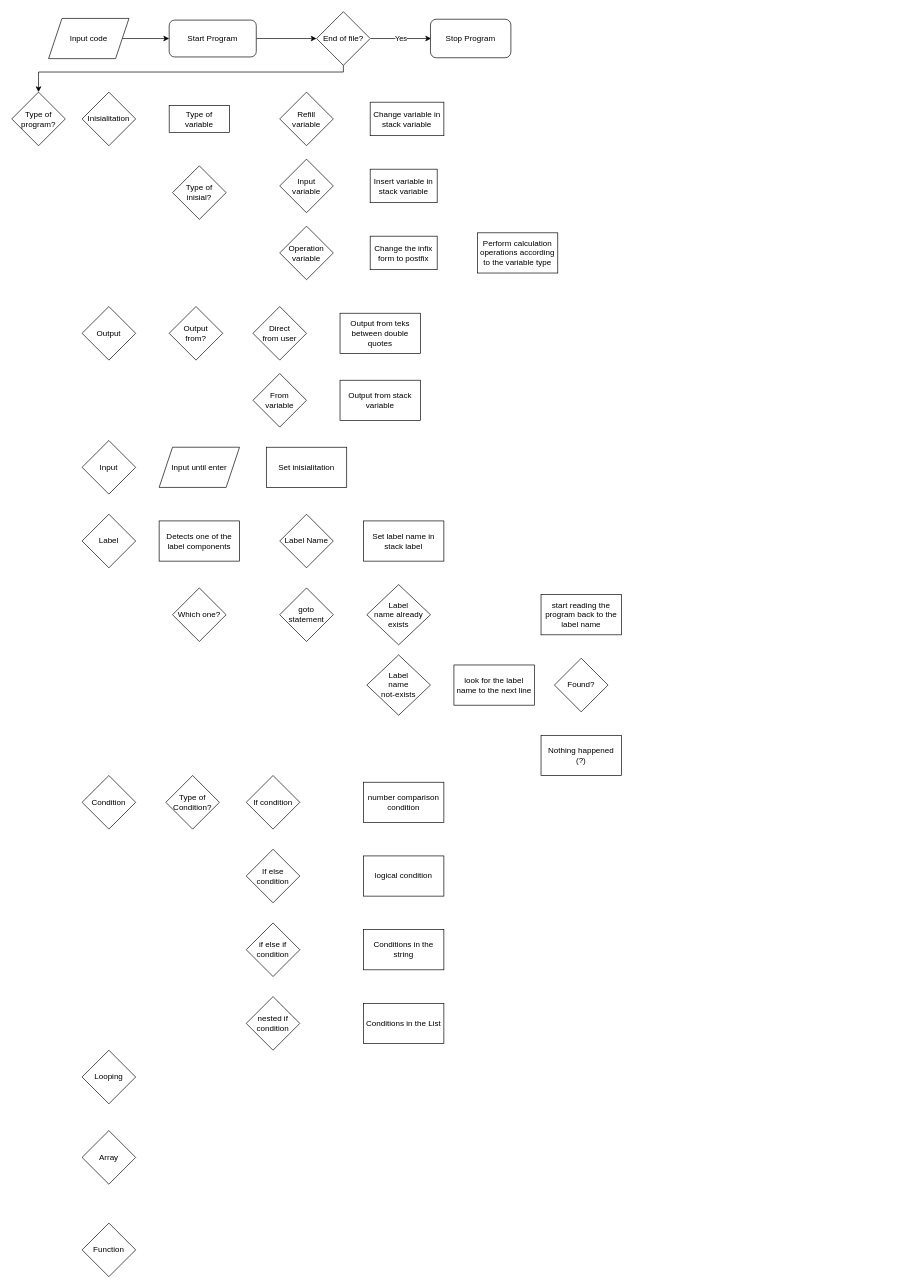
Above: Flowchart.drawio in reeuze/Make-a-New-Language-Using-Python (draw.io), before the change. Source tidied: cells renumbered, new cells numbered last; positions are measured from the earlier drawing's top-left corner, leaving out a move shared by most shapes. Both pictures are drawn from the tidied source at 67%, with x=0, y=0 at pixel (11, 11).
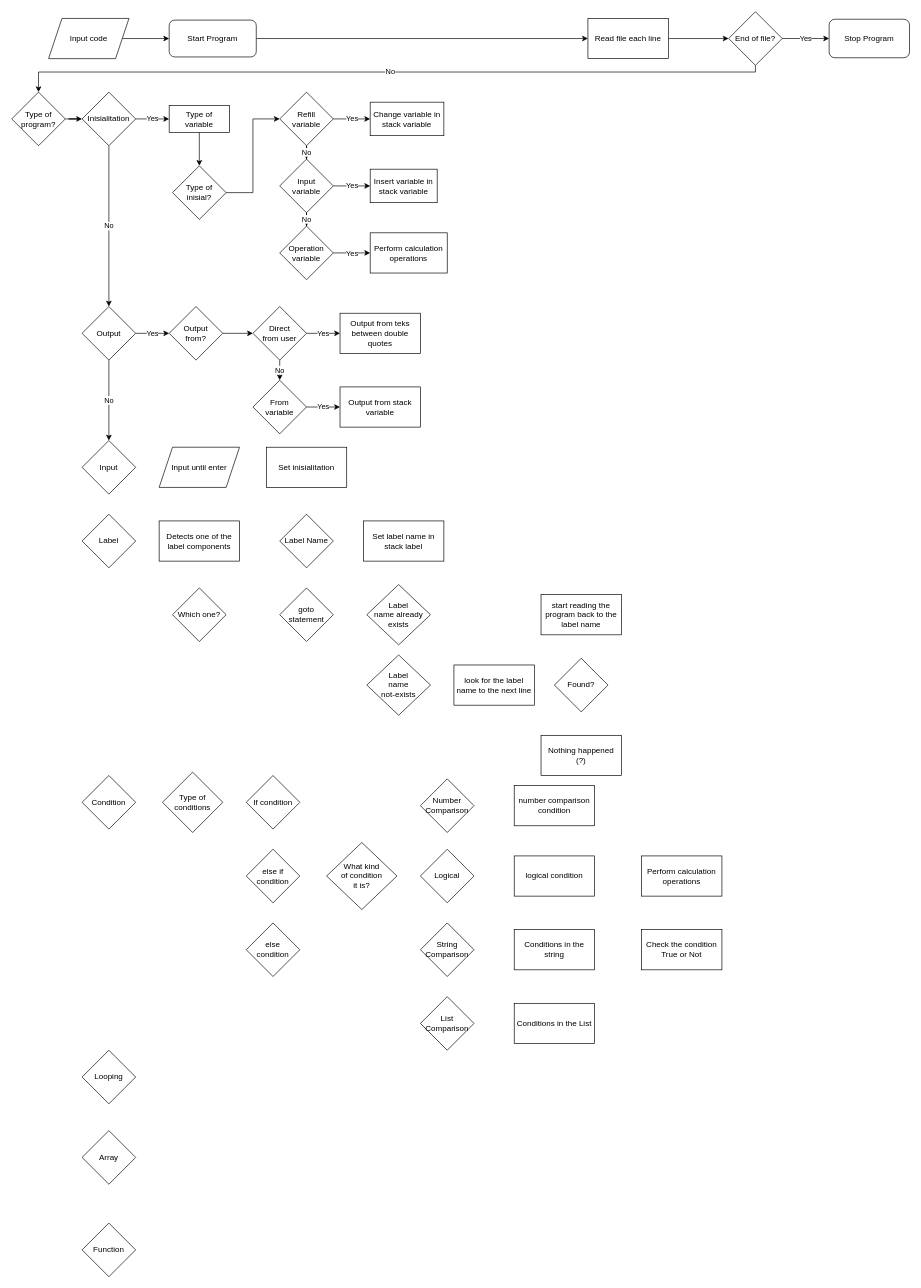
After the change.

Unchanged cells that the change refers to:
```xml
<mxCell id="3" value="Start Program" style="rounded=1;whiteSpace=wrap;html=1;" parent="1" vertex="1">
  <mxGeometry x="235" y="12.5" width="130" height="55" as="geometry" />
</mxCell>
<mxCell id="10" value="Type of&lt;br&gt;program?" style="rhombus;whiteSpace=wrap;html=1;" parent="1" vertex="1">
  <mxGeometry y="120" width="80" height="80" as="geometry" />
</mxCell>
<mxCell id="11" value="Inisialitation" style="rhombus;whiteSpace=wrap;html=1;" parent="1" vertex="1">
  <mxGeometry x="105" y="120" width="80" height="80" as="geometry" />
</mxCell>
<mxCell id="12" value="Input" style="rhombus;whiteSpace=wrap;html=1;" parent="1" vertex="1">
  <mxGeometry x="105" y="640" width="80" height="80" as="geometry" />
</mxCell>
<mxCell id="13" value="Output" style="rhombus;whiteSpace=wrap;html=1;" parent="1" vertex="1">
  <mxGeometry x="105" y="440" width="80" height="80" as="geometry" />
</mxCell>
<mxCell id="19" value="Type of&lt;br&gt;inisial?" style="rhombus;whiteSpace=wrap;html=1;" parent="1" vertex="1">
  <mxGeometry x="240" y="230" width="80" height="80" as="geometry" />
</mxCell>
<mxCell id="20" value="Input&lt;br&gt;variable" style="rhombus;whiteSpace=wrap;html=1;" parent="1" vertex="1">
  <mxGeometry x="400" y="220" width="80" height="80" as="geometry" />
</mxCell>
<mxCell id="21" value="Refill&lt;br&gt;variable" style="rhombus;whiteSpace=wrap;html=1;" parent="1" vertex="1">
  <mxGeometry x="400" y="120" width="80" height="80" as="geometry" />
</mxCell>
<mxCell id="22" value="Operation&lt;br&gt;variable" style="rhombus;whiteSpace=wrap;html=1;" parent="1" vertex="1">
  <mxGeometry x="400" y="320" width="80" height="80" as="geometry" />
</mxCell>
<mxCell id="23" value="Type of&lt;br&gt;variable" style="rounded=0;whiteSpace=wrap;html=1;" parent="1" vertex="1">
  <mxGeometry x="235" y="140" width="90" height="40" as="geometry" />
</mxCell>
<mxCell id="24" value="Insert variable in&lt;br&gt;stack variable" style="rounded=0;whiteSpace=wrap;html=1;" parent="1" vertex="1">
  <mxGeometry x="535" y="235" width="100" height="50" as="geometry" />
</mxCell>
<mxCell id="25" value="Change variable in&lt;br&gt;stack variable" style="rounded=0;whiteSpace=wrap;html=1;" parent="1" vertex="1">
  <mxGeometry x="535" y="135" width="110" height="50" as="geometry" />
</mxCell>
<mxCell id="28" value="Output&lt;br&gt;from?" style="rhombus;whiteSpace=wrap;html=1;" parent="1" vertex="1">
  <mxGeometry x="235" y="440" width="80" height="80" as="geometry" />
</mxCell>
<mxCell id="29" value="Direct&lt;br&gt;from user" style="rhombus;whiteSpace=wrap;html=1;" parent="1" vertex="1">
  <mxGeometry x="360" y="440" width="80" height="80" as="geometry" />
</mxCell>
<mxCell id="31" value="Output from teks&lt;br&gt;between double quotes" style="rounded=0;whiteSpace=wrap;html=1;" parent="1" vertex="1">
  <mxGeometry x="490" y="450" width="120" height="60" as="geometry" />
</mxCell>
```

Change to the diagram source:
```diff
@@
-    <mxCell id="2" style="edgeStyle=orthogonalEdgeStyle;rounded=0;jettySize=auto;html=1;entryX=0;entryY=0.5;entryDx=0;entryDy=0;" parent="1" edge="1" source="3" target="8">
-      <mxGeometry relative="1" as="geometry" />
-    </mxCell>
+    <mxCell id="55" style="edgeStyle=orthogonalEdgeStyle;rounded=0;jettySize=auto;html=1;entryX=0;entryY=0.5;entryDx=0;entryDy=0;" parent="1" edge="1" source="3" target="75">
+      <mxGeometry relative="1" as="geometry" />
+    </mxCell>
@@
-    <mxCell id="6" value="Yes" style="edgeStyle=orthogonalEdgeStyle;rounded=0;orthogonalLoop=1;jettySize=auto;html=1;entryX=0;entryY=0.5;entryDx=0;entryDy=0;" parent="1" edge="1">
-      <mxGeometry relative="1" as="geometry">
-        <mxPoint x="536" y="40" as="sourcePoint" />
-        <mxPoint x="626" y="40" as="targetPoint" />
-      </mxGeometry>
-    </mxCell>
-    <mxCell id="7" style="edgeStyle=orthogonalEdgeStyle;rounded=0;jettySize=auto;html=1;entryX=0.5;entryY=0;entryDx=0;entryDy=0;" parent="1" edge="1" source="8" target="10">
+    <mxCell id="7" value="No" style="edgeStyle=orthogonalEdgeStyle;rounded=0;jettySize=auto;html=1;entryX=0.5;entryY=0;entryDx=0;entryDy=0;" parent="1" edge="1" source="8" target="10">
       <mxGeometry relative="1" as="geometry">
         <Array as="points">
-          <mxPoint x="495" y="90" />
+          <mxPoint x="1110" y="90" />
           <mxPoint x="40" y="90" />
         </Array>
       </mxGeometry>
     </mxCell>
+    <mxCell id="56" value="Yes" style="edgeStyle=orthogonalEdgeStyle;rounded=0;jettySize=auto;html=1;entryX=0;entryY=0.5;entryDx=0;entryDy=0;" parent="1" edge="1" source="8" target="9">
+      <mxGeometry relative="1" as="geometry" />
+    </mxCell>
     <mxCell id="8" value="End of file?" style="rhombus;whiteSpace=wrap;html=1;" parent="1" vertex="1">
-      <mxGeometry x="455" width="80" height="80" as="geometry" />
+      <mxGeometry x="1070" width="80" height="80" as="geometry" />
     </mxCell>
     <mxCell id="9" value="Stop Program" style="rounded=1;whiteSpace=wrap;html=1;" parent="1" vertex="1">
-      <mxGeometry x="625" y="11.2" width="120" height="57.5" as="geometry" />
+      <mxGeometry x="1220" y="11.2" width="120" height="57.5" as="geometry" />
     </mxCell>
+    <mxCell id="57" style="edgeStyle=orthogonalEdgeStyle;rounded=0;jettySize=auto;html=1;entryX=0;entryY=0.5;entryDx=0;entryDy=0;" parent="1" edge="1" source="10" target="11">
+      <mxGeometry relative="1" as="geometry" />
+    </mxCell>
@@
+    <mxCell id="58" value="Yes" style="edgeStyle=orthogonalEdgeStyle;rounded=0;jettySize=auto;html=1;entryX=0;entryY=0.5;entryDx=0;entryDy=0;" parent="1" edge="1" source="11" target="23">
+      <mxGeometry relative="1" as="geometry" />
+    </mxCell>
+    <mxCell id="59" value="No" style="edgeStyle=orthogonalEdgeStyle;rounded=0;jettySize=auto;html=1;entryX=0.5;entryY=0;entryDx=0;entryDy=0;" parent="1" edge="1" source="11" target="13">
+      <mxGeometry relative="1" as="geometry" />
+    </mxCell>
@@
+    <mxCell id="60" value="Yes" style="edgeStyle=orthogonalEdgeStyle;rounded=0;jettySize=auto;html=1;entryX=0;entryY=0.5;entryDx=0;entryDy=0;" parent="1" edge="1" source="13" target="28">
+      <mxGeometry relative="1" as="geometry" />
+    </mxCell>
+    <mxCell id="61" value="No" style="edgeStyle=orthogonalEdgeStyle;rounded=0;jettySize=auto;html=1;entryX=0.5;entryY=0;entryDx=0;entryDy=0;" parent="1" edge="1" source="13" target="12">
+      <mxGeometry relative="1" as="geometry" />
+    </mxCell>
@@
+    <mxCell id="62" style="edgeStyle=orthogonalEdgeStyle;rounded=0;jettySize=auto;html=1;entryX=0;entryY=0.5;entryDx=0;entryDy=0;" parent="1" edge="1" source="19" target="21">
+      <mxGeometry relative="1" as="geometry" />
+    </mxCell>
@@
+    <mxCell id="63" value="No" style="edgeStyle=orthogonalEdgeStyle;rounded=0;jettySize=auto;html=1;" parent="1" edge="1" source="20" target="22">
+      <mxGeometry relative="1" as="geometry" />
+    </mxCell>
+    <mxCell id="64" value="Yes" style="edgeStyle=orthogonalEdgeStyle;rounded=0;jettySize=auto;html=1;entryX=0;entryY=0.5;entryDx=0;entryDy=0;" parent="1" edge="1" source="20" target="24">
+      <mxGeometry relative="1" as="geometry" />
+    </mxCell>
@@
+    <mxCell id="65" value="No" style="edgeStyle=orthogonalEdgeStyle;rounded=0;jettySize=auto;html=1;entryX=0.5;entryY=0;entryDx=0;entryDy=0;" parent="1" edge="1" source="21" target="20">
+      <mxGeometry relative="1" as="geometry" />
+    </mxCell>
+    <mxCell id="66" value="Yes" style="edgeStyle=orthogonalEdgeStyle;rounded=0;jettySize=auto;html=1;entryX=0;entryY=0.5;entryDx=0;entryDy=0;" parent="1" edge="1" source="21" target="25">
+      <mxGeometry relative="1" as="geometry" />
+    </mxCell>
@@
+    <mxCell id="67" value="Yes" style="edgeStyle=orthogonalEdgeStyle;rounded=0;jettySize=auto;html=1;entryX=0;entryY=0.5;entryDx=0;entryDy=0;" parent="1" edge="1" source="22">
+      <mxGeometry relative="1" as="geometry">
+        <mxPoint x="535" y="360" as="targetPoint" />
+      </mxGeometry>
+    </mxCell>
@@
+    <mxCell id="68" style="edgeStyle=orthogonalEdgeStyle;rounded=0;jettySize=auto;html=1;entryX=0.5;entryY=0;entryDx=0;entryDy=0;" parent="1" edge="1" source="23" target="19">
+      <mxGeometry relative="1" as="geometry" />
+    </mxCell>
@@
-    <mxCell id="26" value="Change the infix form to postfix" style="rounded=0;whiteSpace=wrap;html=1;" parent="1" vertex="1">
-      <mxGeometry x="535" y="335" width="100" height="50" as="geometry" />
-    </mxCell>
-    <mxCell id="27" value="Perform calculation operations according to the variable type" style="rounded=0;whiteSpace=wrap;html=1;" parent="1" vertex="1">
-      <mxGeometry x="695" y="330" width="120" height="60" as="geometry" />
+    <mxCell id="27" value="Perform calculation operations" style="rounded=0;whiteSpace=wrap;html=1;" parent="1" vertex="1">
+      <mxGeometry x="535" y="330" width="115" height="60" as="geometry" />
     </mxCell>
+    <mxCell id="69" style="edgeStyle=orthogonalEdgeStyle;rounded=0;jettySize=auto;html=1;entryX=0;entryY=0.5;entryDx=0;entryDy=0;" parent="1" edge="1" source="28" target="29">
+      <mxGeometry relative="1" as="geometry" />
+    </mxCell>
@@
+    <mxCell id="70" value="No" style="edgeStyle=orthogonalEdgeStyle;rounded=0;jettySize=auto;html=1;entryX=0.5;entryY=0;entryDx=0;entryDy=0;" parent="1" edge="1" source="29" target="30">
+      <mxGeometry relative="1" as="geometry" />
+    </mxCell>
+    <mxCell id="71" value="Yes" style="edgeStyle=orthogonalEdgeStyle;rounded=0;jettySize=auto;html=1;entryX=0;entryY=0.5;entryDx=0;entryDy=0;" parent="1" edge="1" source="29" target="31">
+      <mxGeometry relative="1" as="geometry" />
+    </mxCell>
@@
+    <mxCell id="72" value="Yes" style="edgeStyle=orthogonalEdgeStyle;rounded=0;jettySize=auto;html=1;entryX=0;entryY=0.5;entryDx=0;entryDy=0;" parent="1" edge="1" source="30" target="32">
+      <mxGeometry relative="1" as="geometry" />
+    </mxCell>
     <mxCell id="30" value="From&lt;br&gt;variable" style="rhombus;whiteSpace=wrap;html=1;" parent="1" vertex="1">
-      <mxGeometry x="360" y="540" width="80" height="80" as="geometry" />
+      <mxGeometry x="360" y="550" width="80" height="80" as="geometry" />
     </mxCell>
@@
     <mxCell id="32" value="Output from stack variable" style="rounded=0;whiteSpace=wrap;html=1;" parent="1" vertex="1">
-      <mxGeometry x="490" y="550" width="120" height="60" as="geometry" />
+      <mxGeometry x="490" y="560" width="120" height="60" as="geometry" />
     </mxCell>
@@
-    <mxCell id="46" value="Type of&lt;br&gt;Condition?" style="rhombus;whiteSpace=wrap;html=1;" parent="1" vertex="1">
-      <mxGeometry x="230" y="1140" width="80" height="80" as="geometry" />
-    </mxCell>
@@
-    <mxCell id="48" value="If else&lt;br&gt;condition" style="rhombus;whiteSpace=wrap;html=1;" parent="1" vertex="1">
+    <mxCell id="48" value="else if&lt;br&gt;condition" style="rhombus;whiteSpace=wrap;html=1;" parent="1" vertex="1">
       <mxGeometry x="350" y="1250" width="80" height="80" as="geometry" />
     </mxCell>
-    <mxCell id="49" value="if else if&lt;br&gt;condition" style="rhombus;whiteSpace=wrap;html=1;" parent="1" vertex="1">
+    <mxCell id="49" value="else&lt;br&gt;condition" style="rhombus;whiteSpace=wrap;html=1;" parent="1" vertex="1">
       <mxGeometry x="350" y="1360" width="80" height="80" as="geometry" />
     </mxCell>
-    <mxCell id="50" value="nested if&lt;br&gt;condition" style="rhombus;whiteSpace=wrap;html=1;" parent="1" vertex="1">
-      <mxGeometry x="350" y="1470" width="80" height="80" as="geometry" />
-    </mxCell>
     <mxCell id="51" value="number comparison condition" style="rounded=0;whiteSpace=wrap;html=1;" parent="1" vertex="1">
-      <mxGeometry x="525" y="1150" width="120" height="60" as="geometry" />
+      <mxGeometry x="750" y="1155" width="120" height="60" as="geometry" />
     </mxCell>
     <mxCell id="52" value="logical condition" style="rounded=0;whiteSpace=wrap;html=1;" parent="1" vertex="1">
-      <mxGeometry x="525" y="1260" width="120" height="60" as="geometry" />
+      <mxGeometry x="750" y="1260" width="120" height="60" as="geometry" />
     </mxCell>
     <mxCell id="53" value="Conditions in the string" style="rounded=0;whiteSpace=wrap;html=1;" parent="1" vertex="1">
-      <mxGeometry x="525" y="1370" width="120" height="60" as="geometry" />
+      <mxGeometry x="750" y="1370" width="120" height="60" as="geometry" />
     </mxCell>
     <mxCell id="54" value="Conditions in the List" style="rounded=0;whiteSpace=wrap;html=1;" parent="1" vertex="1">
-      <mxGeometry x="525" y="1480" width="120" height="60" as="geometry" />
+      <mxGeometry x="750" y="1480" width="120" height="60" as="geometry" />
     </mxCell>
+    <mxCell id="73" value="Type of&lt;br&gt;conditions" style="rhombus;whiteSpace=wrap;html=1;" parent="1" vertex="1">
+      <mxGeometry x="225" y="1135" width="90" height="90" as="geometry" />
+    </mxCell>
+    <mxCell id="74" style="edgeStyle=orthogonalEdgeStyle;rounded=0;jettySize=auto;html=1;entryX=0;entryY=0.5;entryDx=0;entryDy=0;" parent="1" edge="1" source="75" target="8">
+      <mxGeometry relative="1" as="geometry" />
+    </mxCell>
+    <mxCell id="75" value="Read file each line" style="rounded=0;whiteSpace=wrap;html=1;" parent="1" vertex="1">
+      <mxGeometry x="860" y="10" width="120" height="60" as="geometry" />
+    </mxCell>
+    <mxCell id="76" value="Perform calculation operations" style="rounded=0;whiteSpace=wrap;html=1;" parent="1" vertex="1">
+      <mxGeometry x="940" y="1260" width="120" height="60" as="geometry" />
+    </mxCell>
+    <mxCell id="77" value="What kind&lt;br&gt;of condition&lt;br&gt;it is?" style="rhombus;whiteSpace=wrap;html=1;" parent="1" vertex="1">
+      <mxGeometry x="470" y="1240" width="105" height="100" as="geometry" />
+    </mxCell>
+    <mxCell id="78" value="Number&lt;br&gt;Comparison" style="rhombus;whiteSpace=wrap;html=1;" parent="1" vertex="1">
+      <mxGeometry x="610" y="1145" width="80" height="80" as="geometry" />
+    </mxCell>
+    <mxCell id="79" value="Logical" style="rhombus;whiteSpace=wrap;html=1;" parent="1" vertex="1">
+      <mxGeometry x="610" y="1250" width="80" height="80" as="geometry" />
+    </mxCell>
+    <mxCell id="80" value="String&lt;br&gt;Comparison" style="rhombus;whiteSpace=wrap;html=1;" parent="1" vertex="1">
+      <mxGeometry x="610" y="1360" width="80" height="80" as="geometry" />
+    </mxCell>
+    <mxCell id="81" value="List&lt;br&gt;Comparison" style="rhombus;whiteSpace=wrap;html=1;" parent="1" vertex="1">
+      <mxGeometry x="610" y="1470" width="80" height="80" as="geometry" />
+    </mxCell>
+    <mxCell id="82" value="Check the condition True or Not" style="rounded=0;whiteSpace=wrap;html=1;" parent="1" vertex="1">
+      <mxGeometry x="940" y="1370" width="120" height="60" as="geometry" />
+    </mxCell>
```
